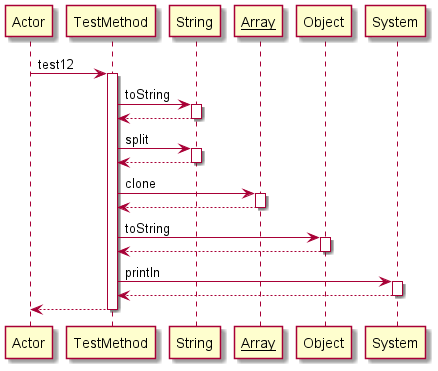
manucapo/Gardener keeps this PlantUML diagram as Diagrams/REFLECTION/test12.png. Above is the earlier version. Source of this version:
```plantuml
@startuml
participant Actor
Actor -> TestMethod: test12
activate TestMethod
TestMethod -> String: toString
activate String
String-->TestMethod
deactivate String
TestMethod -> String: split
activate String
String-->TestMethod
deactivate String
TestMethod -> __Array__: clone
activate __Array__
__Array__-->TestMethod
deactivate __Array__
TestMethod -> Object: toString
activate Object
Object-->TestMethod
deactivate Object
TestMethod -> System: println
activate System
System-->TestMethod
deactivate System
return
@enduml
```
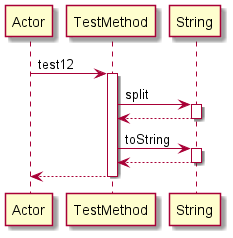
After the commit.

The edit, as a diff of the source:
```diff
@@ -2,25 +2,13 @@
 participant Actor
 Actor -> TestMethod: test12
 activate TestMethod
+TestMethod -> String: split
+activate String
+String-->TestMethod
+deactivate String
 TestMethod -> String: toString
 activate String
 String-->TestMethod
 deactivate String
-TestMethod -> String: split
-activate String
-String-->TestMethod
-deactivate String
-TestMethod -> __Array__: clone
-activate __Array__
-__Array__-->TestMethod
-deactivate __Array__
-TestMethod -> Object: toString
-activate Object
-Object-->TestMethod
-deactivate Object
-TestMethod -> System: println
-activate System
-System-->TestMethod
-deactivate System
 return
 @enduml
```
